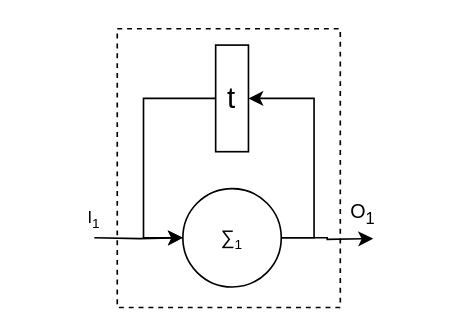
Earlier version of the draw.io diagram 循环组装.drawio (WFUing/GRADUATION). Source tidied: cells renumbered, new cells numbered last; positions are measured from the earlier drawing's top-left corner, leaving out a move shared by most shapes. Both pictures are drawn from the tidied source at 164%, with x=0, y=0 at pixel (44, 28).
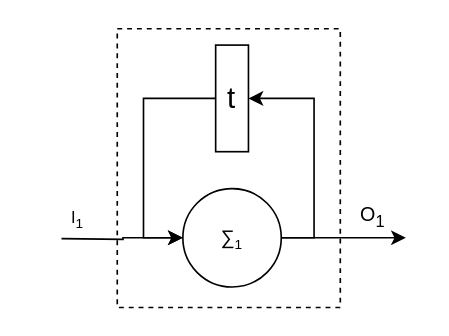
The same diagram, later.

Commit message:
更新循环组装.drawio

The edit, as a diff of the source:
```diff
@@
 <mxGraphModel>
   <root>
     <mxCell id="0" />
     <mxCell id="1" parent="0" />
     <mxCell id="2" style="rounded=0;whiteSpace=wrap;html=1;dashed=1;" parent="1" vertex="1">
       <mxGeometry x="44" width="136" height="170" as="geometry" />
     </mxCell>
     <mxCell id="3" value="&lt;font style=&quot;font-size: 18px;&quot;&gt;t&lt;/font&gt;" style="rounded=0;whiteSpace=wrap;html=1;" parent="1" vertex="1">
       <mxGeometry x="104" y="10" width="20" height="65" as="geometry" />
     </mxCell>
     <mxCell id="4" style="edgeStyle=orthogonalEdgeStyle;rounded=0;jettySize=auto;html=1;exitX=1;exitY=0.5;exitDx=0;exitDy=0;entryX=1;entryY=0.5;entryDx=0;entryDy=0;" parent="1" edge="1" source="5" target="3">
       <mxGeometry relative="1" as="geometry" />
     </mxCell>
     <mxCell id="5" value="∑&lt;span style=&quot;font-size: 10px;&quot;&gt;&lt;sub&gt;1&lt;/sub&gt;&lt;/span&gt;" style="ellipse;whiteSpace=wrap;html=1;" parent="1" vertex="1">
       <mxGeometry x="84" y="97.5" width="60" height="60" as="geometry" />
     </mxCell>
     <mxCell id="6" style="edgeStyle=orthogonalEdgeStyle;rounded=0;jettySize=auto;html=1;exitX=0;exitY=0.5;exitDx=0;exitDy=0;entryX=0;entryY=0.5;entryDx=0;entryDy=0;" parent="1" edge="1" source="3" target="5">
       <mxGeometry relative="1" as="geometry">
         <Array as="points">
           <mxPoint x="60" y="43" />
           <mxPoint x="60" y="128" />
         </Array>
       </mxGeometry>
     </mxCell>
-    <mxCell id="7" style="edgeStyle=orthogonalEdgeStyle;rounded=0;jettySize=auto;html=1;exitX=1;exitY=0.5;exitDx=0;exitDy=0;" parent="1" edge="1" source="5">
+    <mxCell id="7" style="edgeStyle=orthogonalEdgeStyle;rounded=0;jettySize=auto;html=1;exitX=1;exitY=0.5;exitDx=0;exitDy=0;entryX=0;entryY=0.5;entryDx=0;entryDy=0;" parent="1" edge="1" source="5">
       <mxGeometry relative="1" as="geometry">
-        <mxPoint x="200" y="128" as="targetPoint" />
+        <mxPoint x="220" y="127.5" as="targetPoint" />
       </mxGeometry>
     </mxCell>
     <mxCell id="8" style="edgeStyle=orthogonalEdgeStyle;rounded=0;jettySize=auto;html=1;" parent="1" edge="1" target="5">
       <mxGeometry relative="1" as="geometry">
-        <mxPoint x="30" y="127.5" as="sourcePoint" />
+        <mxPoint x="10" y="128" as="sourcePoint" />
       </mxGeometry>
     </mxCell>
     <mxCell id="9" value="O&lt;sub&gt;1&lt;/sub&gt;" style="text;strokeColor=none;align=center;fillColor=none;html=1;verticalAlign=middle;whiteSpace=wrap;rounded=0;" parent="1" vertex="1">
-      <mxGeometry x="164" y="97.5" width="60" height="30" as="geometry" />
+      <mxGeometry x="170" y="100" width="60" height="30" as="geometry" />
     </mxCell>
     <mxCell id="10" value="&lt;span style=&quot;font-size: 10px;&quot;&gt;I&lt;sub&gt;1&lt;/sub&gt;&lt;/span&gt;" style="text;strokeColor=none;align=center;fillColor=none;html=1;verticalAlign=middle;whiteSpace=wrap;rounded=0;" parent="1" vertex="1">
-      <mxGeometry y="100" width="60" height="30" as="geometry" />
+      <mxGeometry x="-10" y="100" width="60" height="30" as="geometry" />
     </mxCell>
   </root>
 </mxGraphModel>
```
